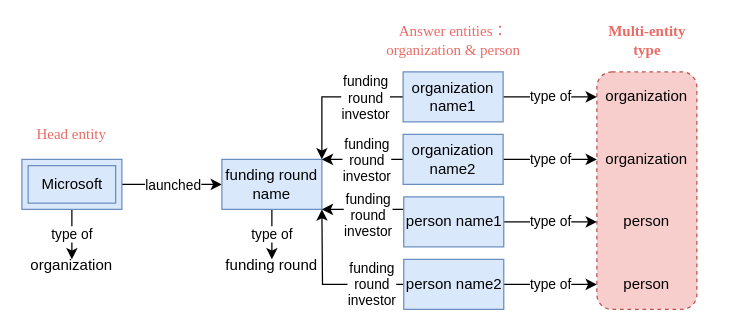
This is copy_constraint5.drawio from SilvesterYu/FinQA_Vis, a draw.io file, before an edit. Source tidied: cells renumbered, new cells numbered last; positions are measured from the earlier drawing's top-left corner, leaving out a move shared by most shapes. Both pictures are drawn from the tidied source at 125%, with x=0, y=0 at pixel (21, 21).
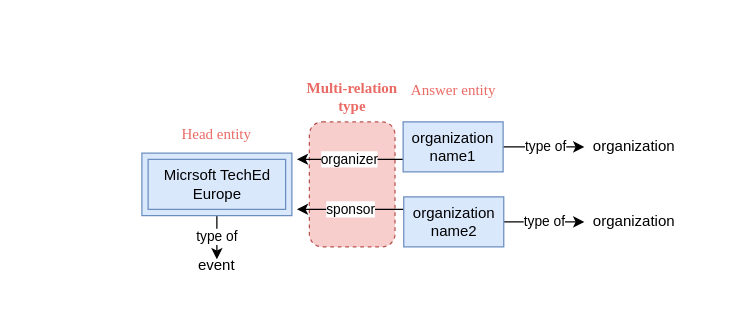
Above is the later version.

Diff of the diagram source:
```diff
@@
-    <mxCell id="2" style="rounded=1;whiteSpace=wrap;html=1;dashed=1;strokeColor=#b85450;fillColor=#f8cecc;" parent="1" vertex="1">
-      <mxGeometry x="460" y="40" width="80" height="190" as="geometry" />
-    </mxCell>
-    <mxCell id="3" value="launched" style="edgeStyle=orthogonalEdgeStyle;rounded=0;jettySize=auto;html=1;exitX=0;exitY=0.5;exitDx=0;exitDy=0;entryX=1;entryY=0.5;entryDx=0;entryDy=0;startArrow=classic;startFill=1;endArrow=none;endFill=0;" parent="1" edge="1" source="5">
-      <mxGeometry relative="1" as="geometry">
-        <mxPoint x="80" y="130" as="targetPoint" />
-      </mxGeometry>
-    </mxCell>
-    <mxCell id="4" value="type of" style="edgeStyle=orthogonalEdgeStyle;rounded=0;jettySize=auto;html=1;exitX=0.5;exitY=1;exitDx=0;exitDy=0;entryX=0.5;entryY=0;entryDx=0;entryDy=0;" parent="1" edge="1" source="5" target="6">
-      <mxGeometry relative="1" as="geometry" />
-    </mxCell>
-    <mxCell id="5" value="funding round name" style="rounded=0;whiteSpace=wrap;html=1;fillColor=#dae8fc;strokeColor=#6c8ebf;" parent="1" vertex="1">
-      <mxGeometry x="160" y="110" width="80" height="40" as="geometry" />
-    </mxCell>
-    <mxCell id="6" value="funding round" style="text;html=1;strokeColor=none;fillColor=none;align=center;verticalAlign=middle;whiteSpace=wrap;rounded=0;" parent="1" vertex="1">
-      <mxGeometry x="160" y="190" width="80" height="10" as="geometry" />
-    </mxCell>
+    <mxCell id="34" style="rounded=1;whiteSpace=wrap;html=1;dashed=1;strokeColor=#b85450;fillColor=#f8cecc;" parent="1" vertex="1">
+      <mxGeometry x="230" y="80" width="68.5" height="100" as="geometry" />
+    </mxCell>
@@
     <mxCell id="8" style="verticalLabelPosition=bottom;verticalAlign=top;html=1;shape=mxgraph.basic.frame;dx=10;whiteSpace=wrap;fillColor=#dae8fc;strokeColor=#6c8ebf;" parent="1" vertex="1">
-      <mxGeometry y="110" width="80" height="40" as="geometry" />
+      <mxGeometry x="96" y="105" width="120" height="50" as="geometry" />
     </mxCell>
-    <mxCell id="9" value="Microsoft" style="text;html=1;align=center;verticalAlign=middle;strokeColor=#6c8ebf;fillColor=#dae8fc;" parent="1" vertex="1">
-      <mxGeometry x="5" y="115" width="70" height="30" as="geometry" />
+    <mxCell id="9" value="Micrsoft TechEd &lt;br&gt;Europe" style="text;html=1;align=center;verticalAlign=middle;strokeColor=#6c8ebf;fillColor=#dae8fc;" parent="1" vertex="1">
+      <mxGeometry x="101" y="110" width="110" height="40" as="geometry" />
     </mxCell>
     <mxCell id="10" value="Head entity" style="text;html=1;strokeColor=none;fillColor=none;align=center;verticalAlign=middle;whiteSpace=wrap;rounded=0;dashed=1;fontFamily=Times New Roman;fontColor=#EA6B66;" parent="1" vertex="1">
-      <mxGeometry x="10" y="75" width="60" height="30" as="geometry" />
+      <mxGeometry x="126" y="75" width="60" height="30" as="geometry" />
     </mxCell>
-    <mxCell id="11" value="Answer entities：&lt;br&gt;organization &amp;amp; person" style="text;html=1;strokeColor=none;fillColor=none;align=center;verticalAlign=middle;whiteSpace=wrap;rounded=0;dashed=1;fontFamily=Times New Roman;fontColor=#EA6B66;" parent="1" vertex="1">
-      <mxGeometry x="283" width="125" height="30" as="geometry" />
+    <mxCell id="11" value="Answer entity" style="text;html=1;strokeColor=none;fillColor=none;align=center;verticalAlign=middle;whiteSpace=wrap;rounded=0;dashed=1;fontFamily=Times New Roman;fontColor=#EA6B66;" parent="1" vertex="1">
+      <mxGeometry x="283" y="40" width="125" height="30" as="geometry" />
     </mxCell>
-    <mxCell id="12" value="organization" style="text;html=1;strokeColor=none;fillColor=none;align=center;verticalAlign=middle;whiteSpace=wrap;rounded=0;" parent="1" vertex="1">
-      <mxGeometry y="190" width="80" height="10" as="geometry" />
+    <mxCell id="12" value="event" style="text;html=1;strokeColor=none;fillColor=none;align=center;verticalAlign=middle;whiteSpace=wrap;rounded=0;" parent="1" vertex="1">
+      <mxGeometry x="116" y="190" width="80" height="10" as="geometry" />
     </mxCell>
-    <mxCell id="13" style="edgeStyle=orthogonalEdgeStyle;rounded=0;jettySize=auto;html=1;exitX=0;exitY=0.5;exitDx=0;exitDy=0;entryX=1;entryY=0;entryDx=0;entryDy=0;startArrow=none;startFill=0;endArrow=classic;endFill=1;" parent="1" edge="1" source="16" target="5">
-      <mxGeometry relative="1" as="geometry" />
-    </mxCell>
-    <mxCell id="14" value="funding&lt;br&gt;round&lt;br&gt;investor" style="edgeLabel;html=1;align=center;verticalAlign=middle;" parent="13" vertex="1">
-      <mxGeometry x="-0.24" relative="1" as="geometry">
-        <mxPoint x="13" as="offset" />
-      </mxGeometry>
-    </mxCell>
+    <mxCell id="35" value="organizer" style="edgeStyle=orthogonalEdgeStyle;rounded=0;jettySize=auto;html=1;exitX=0;exitY=0.75;exitDx=0;exitDy=0;" parent="1" edge="1" source="16">
+      <mxGeometry relative="1" as="geometry">
+        <mxPoint x="220" y="109.9" as="targetPoint" />
+      </mxGeometry>
+    </mxCell>
-    <mxCell id="15" value="type of" style="edgeStyle=orthogonalEdgeStyle;rounded=0;jettySize=auto;html=1;exitX=1;exitY=0.5;exitDx=0;exitDy=0;startArrow=none;startFill=0;endArrow=classic;endFill=1;" parent="1" edge="1" source="16" target="17">
+    <mxCell id="15" style="edgeStyle=orthogonalEdgeStyle;rounded=0;jettySize=auto;html=1;exitX=1;exitY=0.5;exitDx=0;exitDy=0;" parent="1" edge="1" source="16" target="17">
       <mxGeometry relative="1" as="geometry" />
     </mxCell>
+    <mxCell id="36" value="type of" style="edgeLabel;html=1;align=center;verticalAlign=middle;" parent="15" vertex="1">
+      <mxGeometry x="-0.21" y="1" relative="1" as="geometry">
+        <mxPoint x="7" as="offset" />
+      </mxGeometry>
+    </mxCell>
     <mxCell id="16" value="organization name1" style="rounded=0;whiteSpace=wrap;html=1;fillColor=#dae8fc;strokeColor=#6c8ebf;" parent="1" vertex="1">
-      <mxGeometry x="305" y="40" width="80" height="40" as="geometry" />
+      <mxGeometry x="305" y="80" width="80" height="40" as="geometry" />
     </mxCell>
     <mxCell id="17" value="organization" style="text;html=1;strokeColor=none;fillColor=none;align=center;verticalAlign=middle;whiteSpace=wrap;rounded=0;" parent="1" vertex="1">
-      <mxGeometry x="460" y="55" width="80" height="10" as="geometry" />
+      <mxGeometry x="450" y="95" width="80" height="10" as="geometry" />
     </mxCell>
-    <mxCell id="18" style="edgeStyle=orthogonalEdgeStyle;rounded=0;jettySize=auto;html=1;exitX=0;exitY=0.5;exitDx=0;exitDy=0;entryX=1;entryY=0;entryDx=0;entryDy=0;startArrow=none;startFill=0;endArrow=classic;endFill=1;" parent="1" edge="1" source="20" target="5">
-      <mxGeometry relative="1" as="geometry">
-        <Array as="points">
-          <mxPoint x="270" y="110" />
-          <mxPoint x="270" y="110" />
-        </Array>
-      </mxGeometry>
-    </mxCell>
+    <mxCell id="37" value="sponsor" style="edgeStyle=orthogonalEdgeStyle;rounded=0;jettySize=auto;html=1;exitX=0;exitY=0.25;exitDx=0;exitDy=0;" parent="1" edge="1" source="20">
+      <mxGeometry relative="1" as="geometry">
+        <mxPoint x="220" y="149.9" as="targetPoint" />
+      </mxGeometry>
+    </mxCell>
-    <mxCell id="19" value="type of" style="edgeStyle=orthogonalEdgeStyle;rounded=0;jettySize=auto;html=1;exitX=1;exitY=0.5;exitDx=0;exitDy=0;startArrow=none;startFill=0;endArrow=classic;endFill=1;" parent="1" edge="1" source="20" target="22">
+    <mxCell id="19" value="type of" style="edgeStyle=orthogonalEdgeStyle;rounded=0;jettySize=auto;html=1;exitX=1;exitY=0.5;exitDx=0;exitDy=0;entryX=0;entryY=0.5;entryDx=0;entryDy=0;" parent="1" edge="1" source="20" target="22">
       <mxGeometry relative="1" as="geometry" />
     </mxCell>
     <mxCell id="20" value="organization name2" style="rounded=0;whiteSpace=wrap;html=1;fillColor=#dae8fc;strokeColor=#6c8ebf;" parent="1" vertex="1">
-      <mxGeometry x="305" y="90" width="80" height="40" as="geometry" />
+      <mxGeometry x="305.5" y="140" width="80" height="40" as="geometry" />
     </mxCell>
-    <mxCell id="21" value="funding&lt;br&gt;round&lt;br&gt;investor" style="edgeLabel;html=1;align=center;verticalAlign=middle;" parent="1" vertex="1">
-      <mxGeometry x="275" y="110" as="geometry" />
-    </mxCell>
     <mxCell id="22" value="organization" style="text;html=1;strokeColor=none;fillColor=none;align=center;verticalAlign=middle;whiteSpace=wrap;rounded=0;" parent="1" vertex="1">
-      <mxGeometry x="460" y="105" width="80" height="10" as="geometry" />
+      <mxGeometry x="450" y="155" width="80" height="10" as="geometry" />
     </mxCell>
-    <mxCell id="23" style="edgeStyle=orthogonalEdgeStyle;rounded=0;jettySize=auto;html=1;exitX=0;exitY=0.25;exitDx=0;exitDy=0;entryX=1;entryY=1;entryDx=0;entryDy=0;startArrow=none;startFill=0;endArrow=classic;endFill=1;" parent="1" edge="1" source="25" target="5">
-      <mxGeometry relative="1" as="geometry">
-        <Array as="points">
-          <mxPoint x="260" y="150" />
-          <mxPoint x="260" y="150" />
-        </Array>
-      </mxGeometry>
-    </mxCell>
-    <mxCell id="24" value="type of" style="edgeStyle=orthogonalEdgeStyle;rounded=0;jettySize=auto;html=1;exitX=1;exitY=0.5;exitDx=0;exitDy=0;startArrow=none;startFill=0;endArrow=classic;endFill=1;" parent="1" edge="1" source="25" target="31">
-      <mxGeometry relative="1" as="geometry" />
-    </mxCell>
-    <mxCell id="25" value="person name1" style="rounded=0;whiteSpace=wrap;html=1;fillColor=#dae8fc;strokeColor=#6c8ebf;" parent="1" vertex="1">
-      <mxGeometry x="305.5" y="140" width="80" height="40" as="geometry" />
-    </mxCell>
-    <mxCell id="26" value="funding&lt;br&gt;round&lt;br&gt;investor" style="edgeLabel;html=1;align=center;verticalAlign=middle;" parent="1" vertex="1">
-      <mxGeometry x="280" y="115" as="geometry">
-        <mxPoint x="-4" y="39" as="offset" />
-      </mxGeometry>
-    </mxCell>
-    <mxCell id="27" style="edgeStyle=orthogonalEdgeStyle;rounded=0;jettySize=auto;html=1;exitX=0;exitY=0.5;exitDx=0;exitDy=0;startArrow=none;startFill=0;endArrow=classic;endFill=1;" parent="1" edge="1" source="29">
-      <mxGeometry relative="1" as="geometry">
-        <mxPoint x="240" y="150" as="targetPoint" />
-      </mxGeometry>
-    </mxCell>
-    <mxCell id="28" value="type of" style="edgeStyle=orthogonalEdgeStyle;rounded=0;jettySize=auto;html=1;exitX=1;exitY=0.5;exitDx=0;exitDy=0;entryX=0;entryY=0.5;entryDx=0;entryDy=0;startArrow=none;startFill=0;endArrow=classic;endFill=1;" parent="1" edge="1" source="29" target="32">
-      <mxGeometry relative="1" as="geometry" />
-    </mxCell>
-    <mxCell id="29" value="person name2" style="rounded=0;whiteSpace=wrap;html=1;fillColor=#dae8fc;strokeColor=#6c8ebf;" parent="1" vertex="1">
-      <mxGeometry x="305.5" y="190" width="80" height="40" as="geometry" />
-    </mxCell>
-    <mxCell id="30" value="funding&lt;br&gt;round&lt;br&gt;investor" style="edgeLabel;html=1;align=center;verticalAlign=middle;" parent="1" vertex="1">
-      <mxGeometry x="283" y="170" as="geometry">
-        <mxPoint x="-4" y="39" as="offset" />
-      </mxGeometry>
-    </mxCell>
-    <mxCell id="31" value="person" style="text;html=1;strokeColor=none;fillColor=none;align=center;verticalAlign=middle;whiteSpace=wrap;rounded=0;" parent="1" vertex="1">
-      <mxGeometry x="460" y="155" width="80" height="10" as="geometry" />
-    </mxCell>
-    <mxCell id="32" value="person" style="text;html=1;strokeColor=none;fillColor=none;align=center;verticalAlign=middle;whiteSpace=wrap;rounded=0;" parent="1" vertex="1">
-      <mxGeometry x="460" y="205" width="80" height="10" as="geometry" />
-    </mxCell>
-    <mxCell id="33" value="&lt;b&gt;Multi-entity&lt;br&gt;type&lt;/b&gt;" style="text;html=1;strokeColor=none;fillColor=none;align=center;verticalAlign=middle;whiteSpace=wrap;rounded=0;dashed=1;fontFamily=Times New Roman;fontColor=#EA6B66;" parent="1" vertex="1">
-      <mxGeometry x="437.5" width="125" height="30" as="geometry" />
+    <mxCell id="33" value="&lt;b&gt;Multi-relation&lt;br&gt;type&lt;/b&gt;" style="text;html=1;strokeColor=none;fillColor=none;align=center;verticalAlign=middle;whiteSpace=wrap;rounded=0;dashed=1;fontFamily=Times New Roman;fontColor=#EA6B66;" parent="1" vertex="1">
+      <mxGeometry x="201.8" y="45" width="125" height="30" as="geometry" />
     </mxCell>
```
